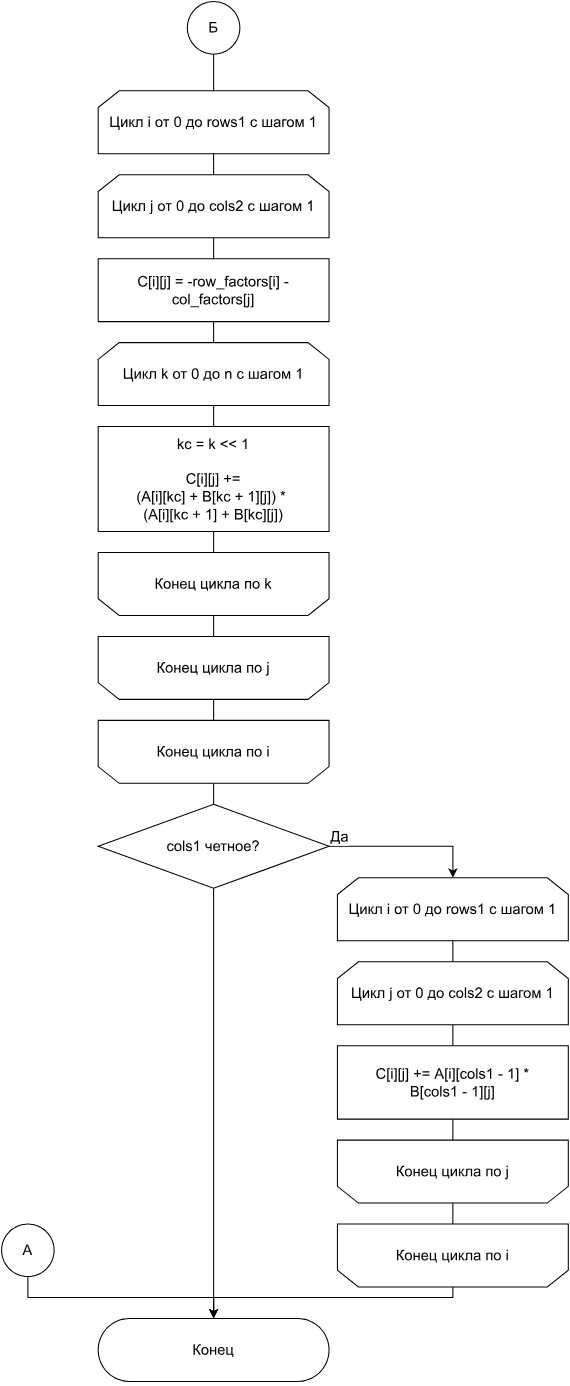
This is lab2/report/images/scheme_winograd_opt_pt2.svg from YusahO/bmstu-aa, a draw.io export, as it was before one commit. Source tidied: cells renumbered, new cells last; positions are measured from the earlier drawing's top-left corner, leaving out a move shared by most shapes.
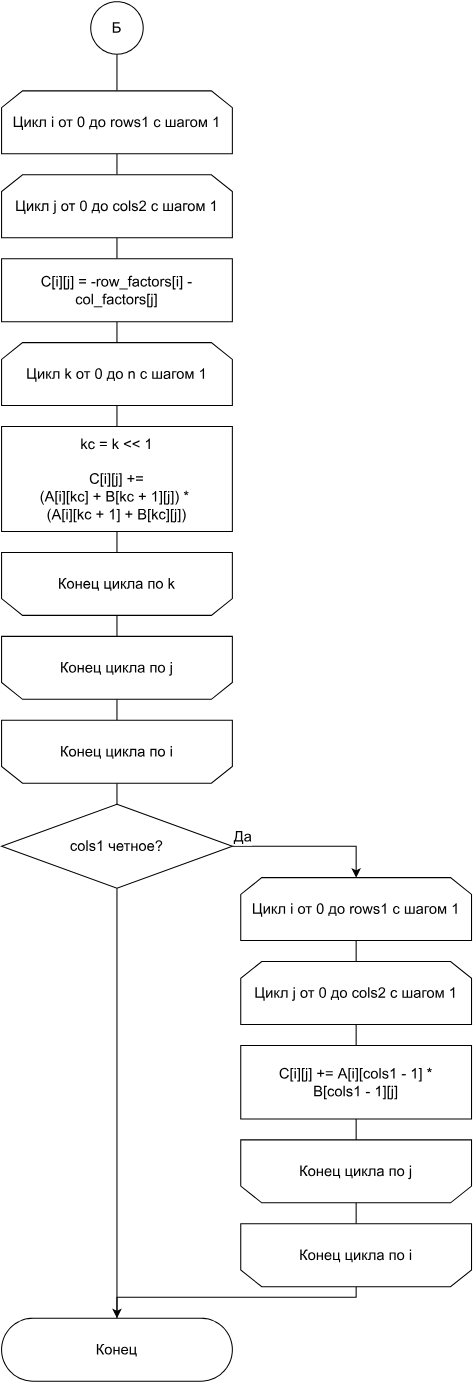
Later version of the same file.

Diff of the diagram source:
```diff
@@ -68,7 +68,7 @@
         <mxPoint x="-17" y="-10" as="offset" />
       </mxGeometry>
     </mxCell>
-    <mxCell id="22" style="edgeStyle=orthogonalEdgeStyle;rounded=0;jettySize=auto;html=1;endArrow=none;endFill=0;" parent="1" edge="1" source="23" target="36">
+    <mxCell id="22" style="edgeStyle=orthogonalEdgeStyle;rounded=0;jettySize=auto;html=1;endArrow=none;endFill=0;" parent="1" edge="1" source="23" target="34">
       <mxGeometry relative="1" as="geometry" />
     </mxCell>
     <mxCell id="23" value="cols1 четное?" style="rhombus;whiteSpace=wrap;html=1;fontSize=14;" parent="1" vertex="1">
@@ -98,7 +98,7 @@
     <mxCell id="31" value="Конец цикла по j" style="shape=loopLimit;whiteSpace=wrap;html=1;flipV=1;fontSize=14;" parent="1" vertex="1">
       <mxGeometry x="320" y="1085" width="220" height="60" as="geometry" />
     </mxCell>
-    <mxCell id="32" style="edgeStyle=orthogonalEdgeStyle;rounded=0;jettySize=auto;html=1;" parent="1" edge="1" source="33" target="36">
+    <mxCell id="32" style="edgeStyle=orthogonalEdgeStyle;rounded=0;jettySize=auto;html=1;" parent="1" edge="1" source="33" target="34">
       <mxGeometry relative="1" as="geometry">
         <Array as="points">
           <mxPoint x="430" y="1235" />
@@ -109,19 +109,8 @@
     <mxCell id="33" value="Конец цикла по i" style="shape=loopLimit;whiteSpace=wrap;html=1;flipV=1;fontSize=14;" parent="1" vertex="1">
       <mxGeometry x="320" y="1165" width="220" height="60" as="geometry" />
     </mxCell>
-    <mxCell id="34" style="edgeStyle=orthogonalEdgeStyle;rounded=0;jettySize=auto;html=1;exitX=0.5;exitY=1;exitDx=0;exitDy=0;" parent="1" edge="1" source="35" target="36">
-      <mxGeometry relative="1" as="geometry">
-        <Array as="points">
-          <mxPoint x="25" y="1235" />
-          <mxPoint x="202" y="1235" />
-        </Array>
-      </mxGeometry>
+    <mxCell id="34" value="Конец" style="rounded=1;whiteSpace=wrap;html=1;arcSize=50;fontSize=14;" parent="1" vertex="1">
+      <mxGeometry x="92" y="1255" width="220" height="60" as="geometry" />
     </mxCell>
-    <mxCell id="35" value="A" style="ellipse;whiteSpace=wrap;html=1;fontSize=14;" parent="1" vertex="1">
-      <mxGeometry y="1165" width="50" height="50" as="geometry" />
-    </mxCell>
-    <mxCell id="36" value="Конец" style="rounded=1;whiteSpace=wrap;html=1;arcSize=50;fontSize=14;" parent="1" vertex="1">
-      <mxGeometry x="92" y="1255" width="220" height="60" as="geometry" />
-    </mxCell>
   </root>
 </mxGraphModel>
```
